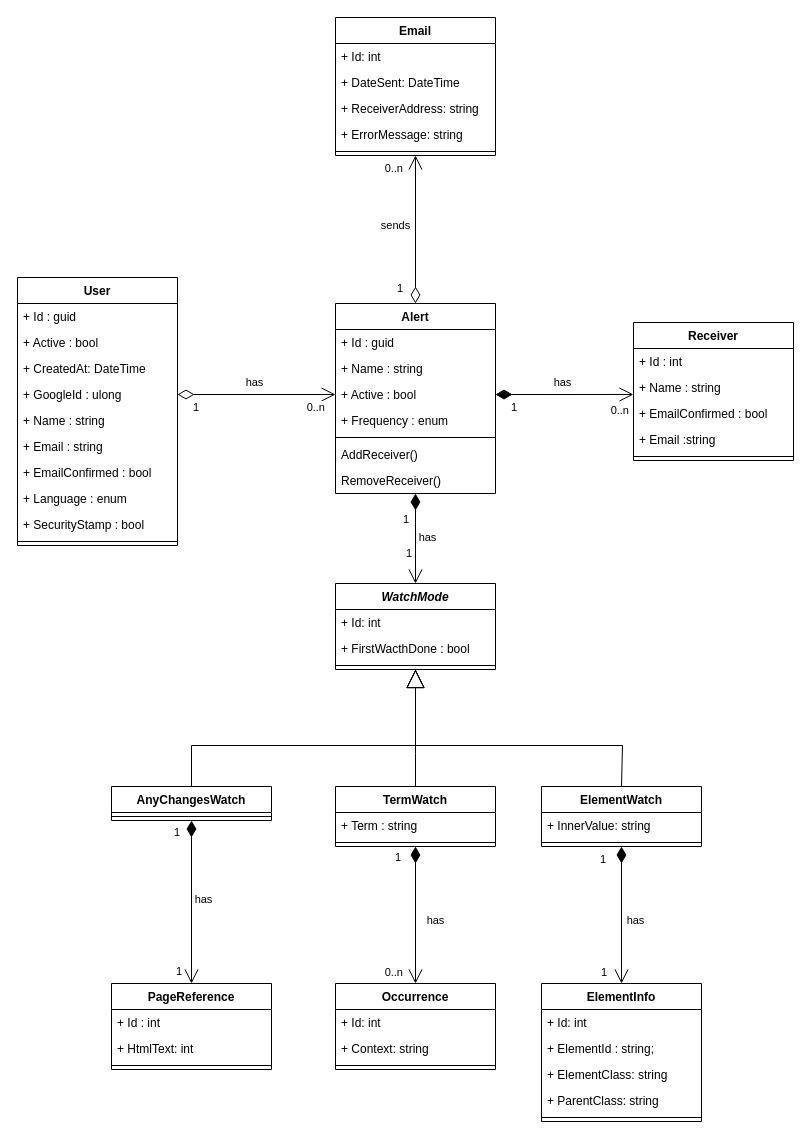
xilapa/SiteWatcher keeps this draw.io diagram as docs/SiteWatcher-ClassDiagram.drawio. Above is the earlier version. Source tidied: cells renumbered, new cells numbered last; positions are measured from the earlier drawing's top-left corner, leaving out a move shared by most shapes. Both pictures are drawn from the tidied source at 100%, with x=0, y=0 at pixel (17, 17).
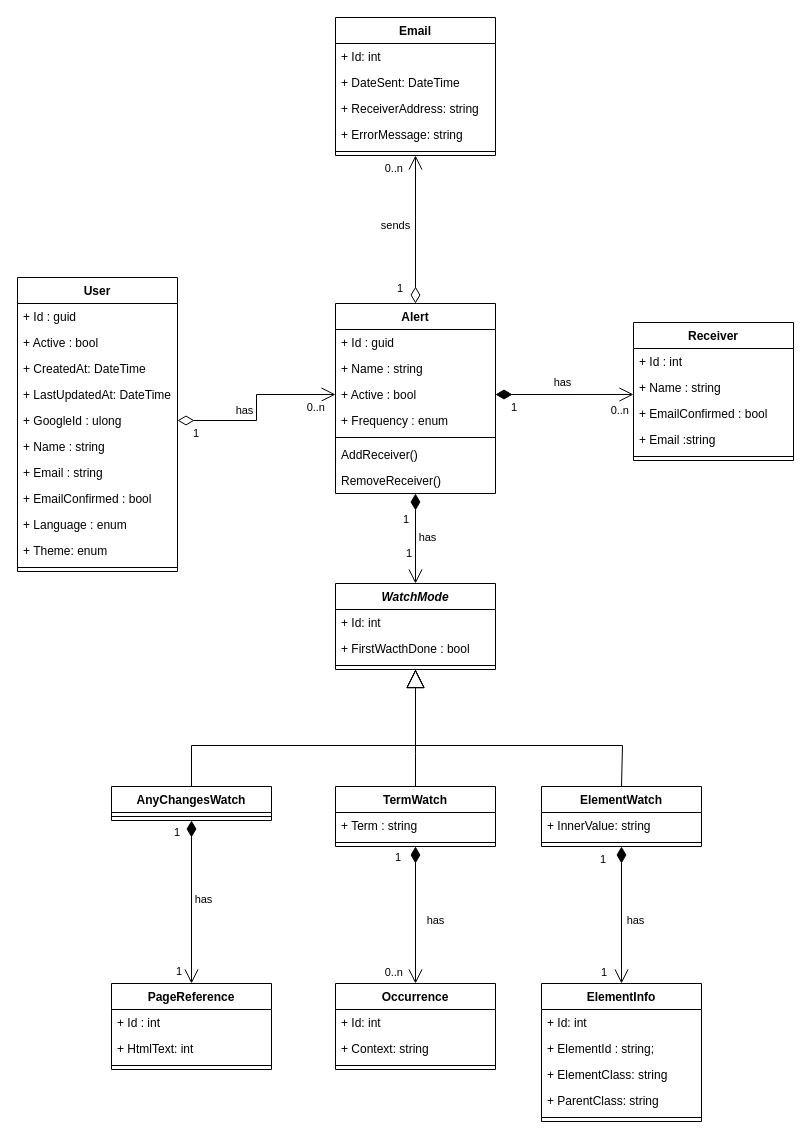
After the change.

Commit message (it also covers changes not shown here):
theme added to user model

Diff of the diagram source:
```diff
@@
     <mxCell id="2" value="User" style="swimlane;fontStyle=1;align=center;verticalAlign=top;horizontal=1;startSize=26;rounded=0;shadow=0;strokeWidth=1;" parent="1" vertex="1">
-      <mxGeometry y="260" width="160" height="268" as="geometry" />
+      <mxGeometry y="260" width="160" height="294" as="geometry" />
     </mxCell>
@@
+    <mxCell id="84" value="+ LastUpdatedAt: DateTime" style="text;align=left;verticalAlign=top;spacingLeft=4;spacingRight=4;overflow=hidden;" parent="2" vertex="1">
+      <mxGeometry y="104" width="160" height="26" as="geometry" />
+    </mxCell>
     <mxCell id="6" value="+ GoogleId : ulong" style="text;align=left;verticalAlign=top;spacingLeft=4;spacingRight=4;overflow=hidden;points=[[0,0.5],[1,0.5]];portConstraint=eastwest;" parent="2" vertex="1">
-      <mxGeometry y="104" width="160" height="26" as="geometry" />
+      <mxGeometry y="130" width="160" height="26" as="geometry" />
     </mxCell>
     <mxCell id="7" value="+ Name : string" style="text;align=left;verticalAlign=top;spacingLeft=4;spacingRight=4;overflow=hidden;rounded=0;shadow=0;html=0;" parent="2" vertex="1">
-      <mxGeometry y="130" width="160" height="26" as="geometry" />
+      <mxGeometry y="156" width="160" height="26" as="geometry" />
     </mxCell>
     <mxCell id="8" value="+ Email : string" style="text;align=left;verticalAlign=top;spacingLeft=4;spacingRight=4;overflow=hidden;" parent="2" vertex="1">
-      <mxGeometry y="156" width="160" height="26" as="geometry" />
+      <mxGeometry y="182" width="160" height="26" as="geometry" />
     </mxCell>
     <mxCell id="9" value="+ EmailConfirmed : bool" style="text;align=left;verticalAlign=top;spacingLeft=4;spacingRight=4;overflow=hidden;" parent="2" vertex="1">
-      <mxGeometry y="182" width="160" height="26" as="geometry" />
+      <mxGeometry y="208" width="160" height="26" as="geometry" />
     </mxCell>
     <mxCell id="10" value="+ Language : enum" style="text;align=left;verticalAlign=top;spacingLeft=4;spacingRight=4;overflow=hidden;" parent="2" vertex="1">
-      <mxGeometry y="208" width="160" height="26" as="geometry" />
+      <mxGeometry y="234" width="160" height="26" as="geometry" />
     </mxCell>
-    <mxCell id="11" value="+ SecurityStamp : bool" style="text;align=left;verticalAlign=top;spacingLeft=4;spacingRight=4;overflow=hidden;" parent="2" vertex="1">
-      <mxGeometry y="234" width="160" height="26" as="geometry" />
-    </mxCell>
+    <mxCell id="85" value="+ Theme: enum" style="text;align=left;verticalAlign=top;spacingLeft=4;spacingRight=4;overflow=hidden;" parent="2" vertex="1">
+      <mxGeometry y="260" width="160" height="26" as="geometry" />
+    </mxCell>
     <mxCell id="12" style="line;html=1;strokeWidth=1;align=left;verticalAlign=middle;spacingTop=-1;spacingLeft=3;spacingRight=3;labelPosition=right;" parent="2" vertex="1">
-      <mxGeometry y="260" width="160" height="8" as="geometry" />
+      <mxGeometry y="286" width="160" height="8" as="geometry" />
     </mxCell>
```
